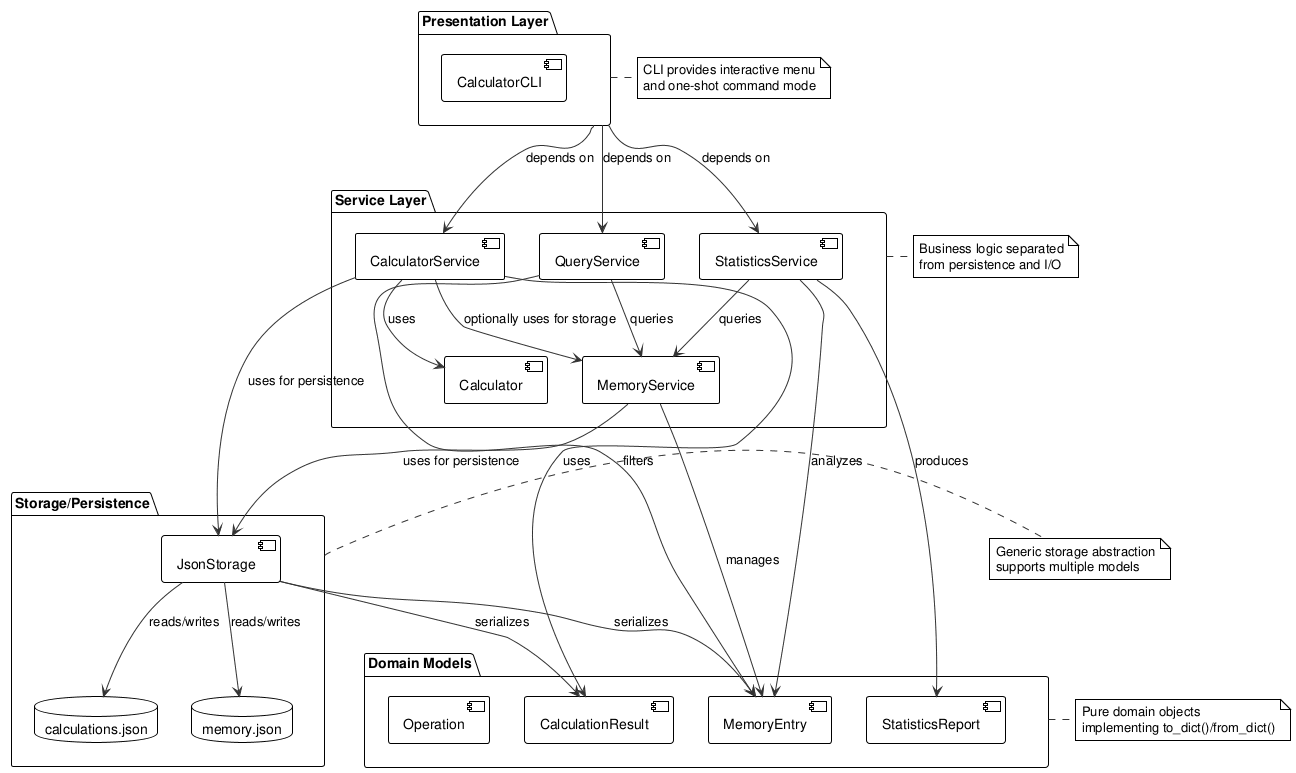
The PlantUML diagram experiments/broadcast/structured_text/calculator/artifacts/architecture_diagram.png in DanielRiha8906/Software_autoevolution_using_agents, before a commit.
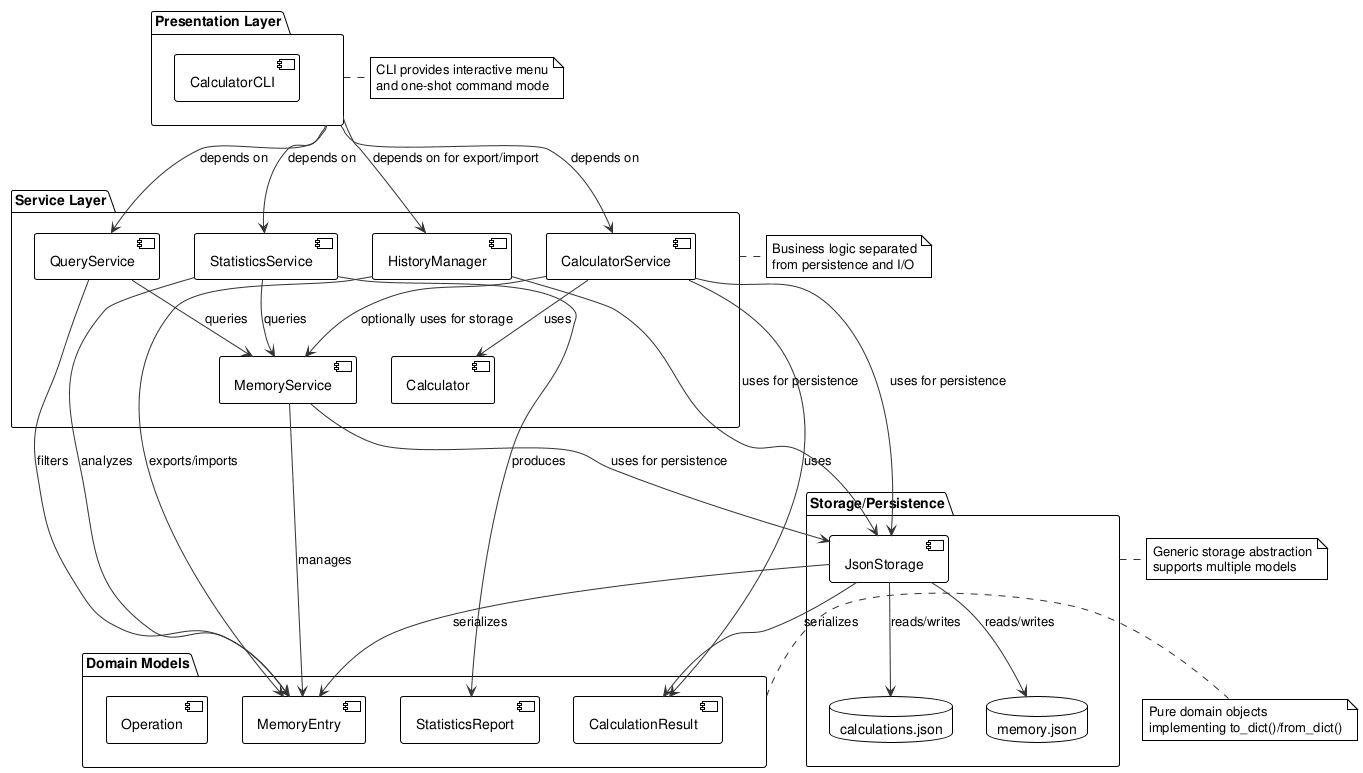
After the commit.

Change to the diagram source:
```diff
@@ -12,6 +12,7 @@
 package "Service Layer" as Services {
   component "CalculatorService"
   component "MemoryService"
+  component "HistoryManager"
   component "QueryService"
   component "StatisticsService"
   component "Calculator"
@@ -33,6 +34,7 @@
 Presentation --> CalculatorService: depends on
 Presentation --> QueryService: depends on
 Presentation --> StatisticsService: depends on
+Presentation --> HistoryManager: depends on for export/import
 
 CalculatorService --> Calculator: uses
 CalculatorService --> CalculationResult: uses
@@ -41,6 +43,9 @@
 
 MemoryService --> MemoryEntry: manages
 MemoryService --> JsonStorage: uses for persistence
+
+HistoryManager --> MemoryEntry: exports/imports
+HistoryManager --> JsonStorage: uses for persistence
 
 QueryService --> MemoryService: queries
 QueryService --> MemoryEntry: filters
```
